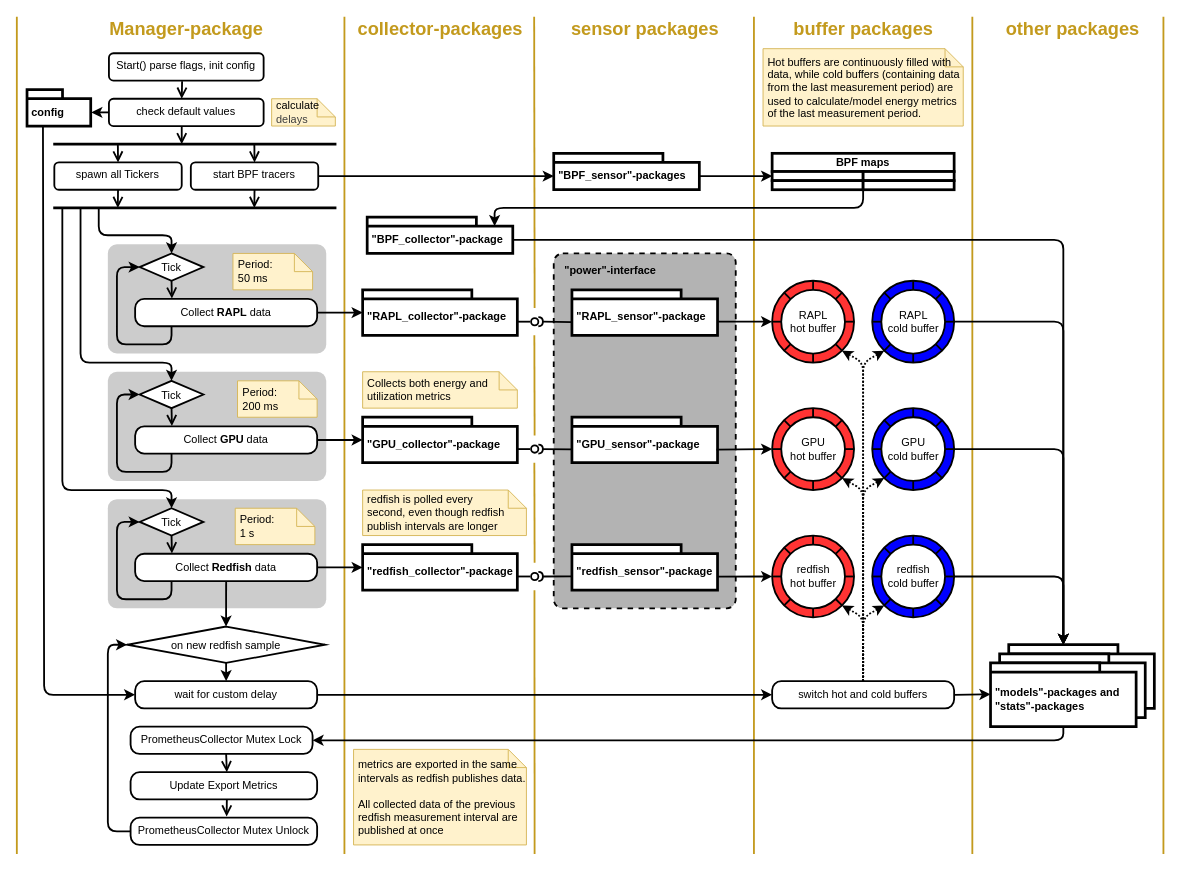
The draw.io diagram doc_tycho/diagrams/drawio/tycho_activityDiagram.drawio in casparwackerle/tycho-energy, before the edit. Source tidied: cells renumbered, new cells numbered last; positions are measured from the earlier drawing's top-left corner, leaving out a move shared by most shapes. Both pictures are drawn from the tidied source at 91%, with x=0, y=0 at pixel (16, 16).
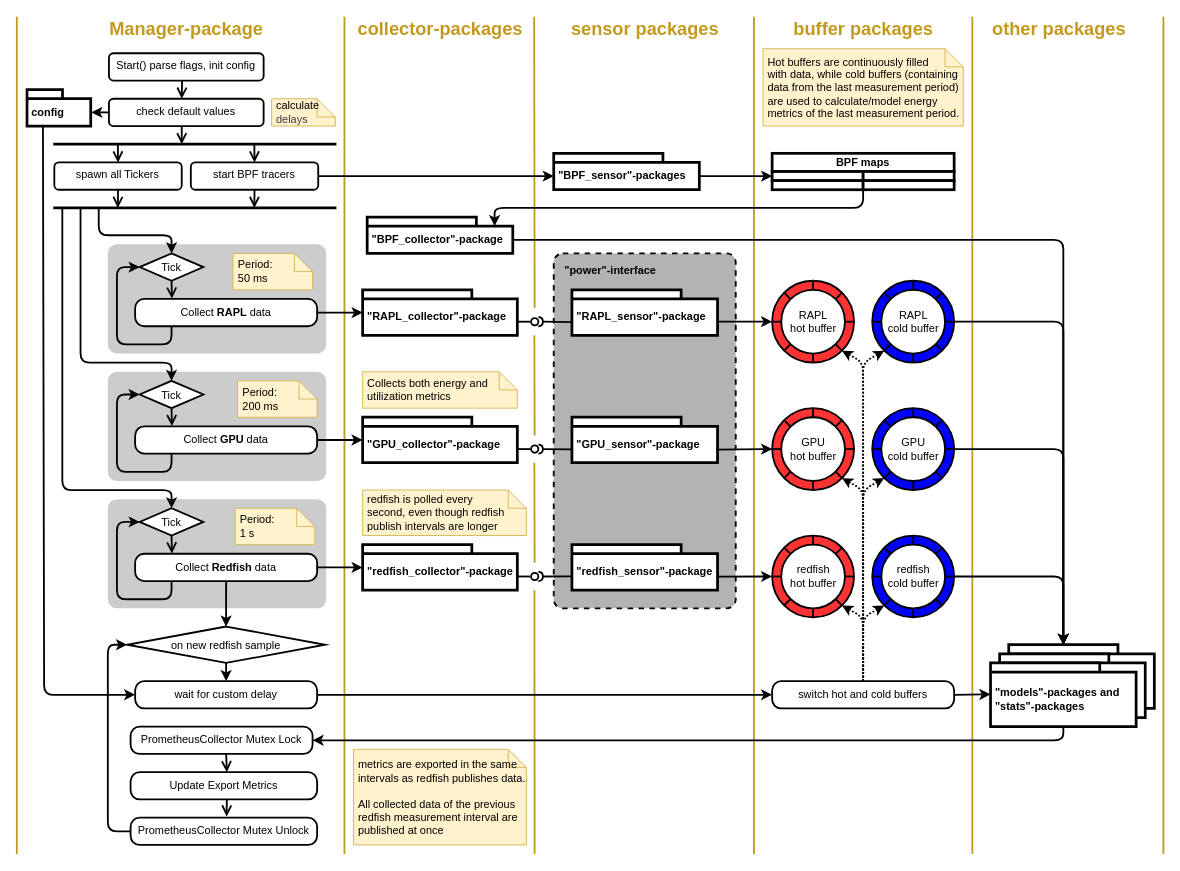
After the change.

Change to the diagram source:
```diff
@@
     <mxCell id="160" value="&lt;font style=&quot;font-size: 20px; color: rgb(195, 154, 29);&quot;&gt;other packages&lt;/font&gt;" style="text;align=center;fontStyle=1;verticalAlign=middle;spacingLeft=3;spacingRight=3;strokeColor=none;html=1;" parent="1" vertex="1">
-      <mxGeometry x="1120" width="80" height="26" as="geometry" />
+      <mxGeometry x="1105" width="80" height="26" as="geometry" />
     </mxCell>
@@
-    <mxCell id="183" value="&amp;nbsp;Hot buffers are continuously filled with&lt;br&gt;&amp;nbsp;data, while cold buffers (containing data&lt;br&gt;&amp;nbsp;from the last measurement period) are&lt;br&gt;&amp;nbsp;used to calculate/model energy metrics&lt;br&gt;&amp;nbsp;of the last measurement period." style="shape=note;size=20;whiteSpace=wrap;html=1;fillColor=#fff2cc;strokeColor=#d6b656;align=left;" parent="1" vertex="1">
+    <mxCell id="183" value="&amp;nbsp;Hot buffers are continuously filled&lt;br&gt;&amp;nbsp;with&amp;nbsp;data, while cold buffers (containing&lt;br&gt;&amp;nbsp;data&amp;nbsp;from the last measurement period)&lt;br&gt;&amp;nbsp;are&amp;nbsp;used to calculate/model energy&lt;br&gt;&amp;nbsp;metrics of the last measurement period." style="shape=note;size=20;whiteSpace=wrap;html=1;fillColor=#fff2cc;strokeColor=#d6b656;align=left;" parent="1" vertex="1">
       <mxGeometry x="820" y="35" width="220" height="85" as="geometry" />
     </mxCell>
```
